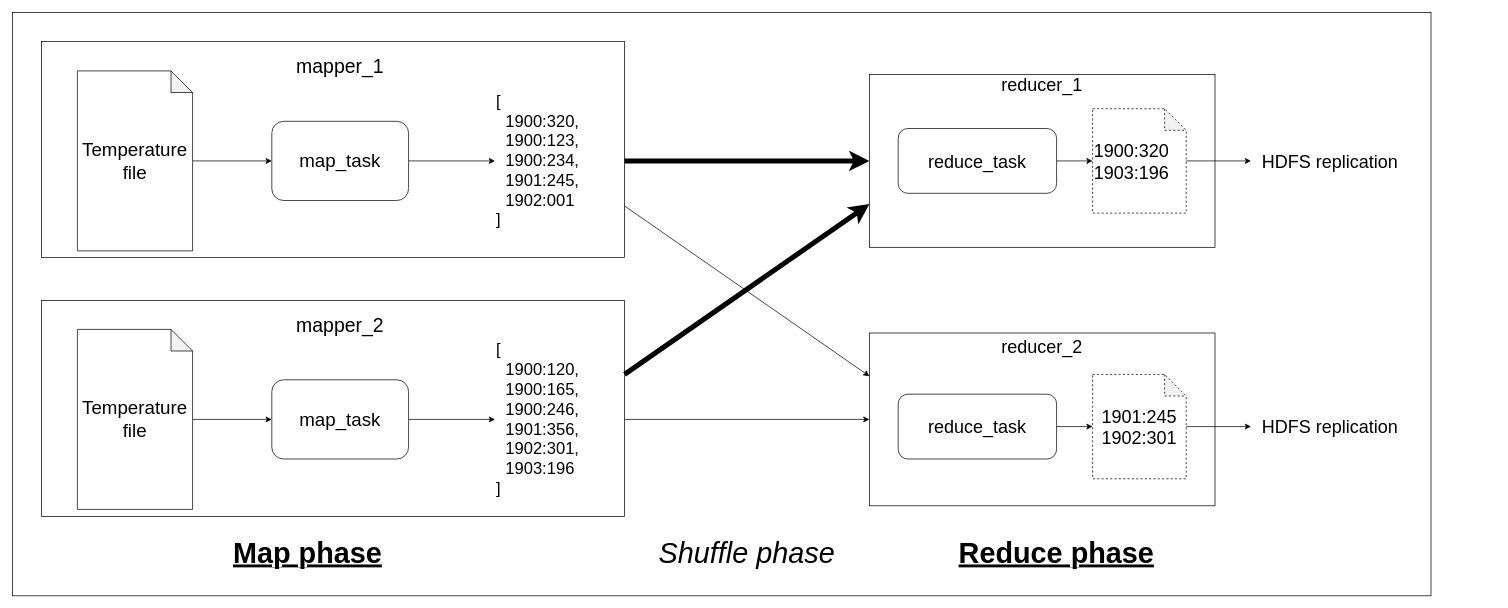
Before: lessons/img/src/map reduce full.drawio in HealerMikado/panorama_big_data_2021, a draw.io diagram. Source tidied: cells renumbered, new cells numbered last; positions are measured from the earlier drawing's top-left corner, leaving out a move shared by most shapes. Both pictures are drawn from the tidied source at 72%, with x=0, y=0 at pixel (12, 12).
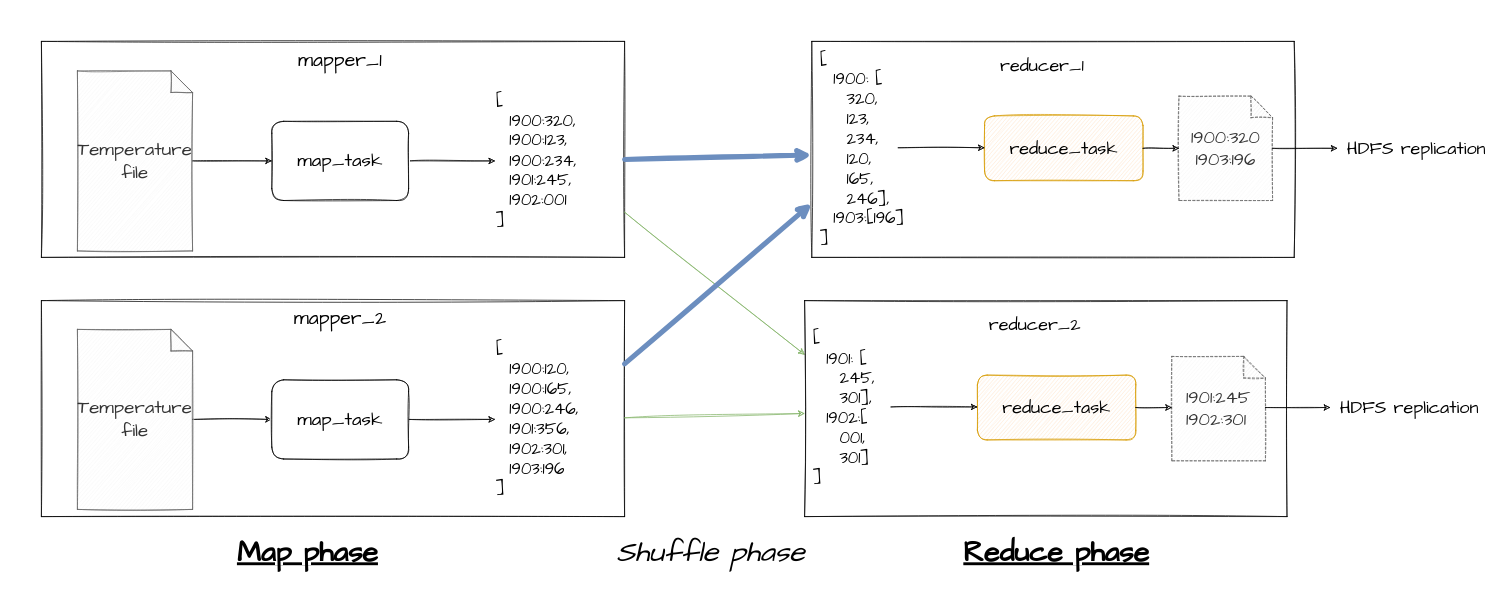
The same diagram, later.

Change to the diagram source:
```diff
@@
-    <mxCell id="2" style="rounded=0;whiteSpace=wrap;html=1;fillColor=none;" parent="1" vertex="1">
-      <mxGeometry width="1970" height="810" as="geometry" />
-    </mxCell>
-    <mxCell id="3" style="rounded=0;whiteSpace=wrap;html=1;fillColor=none;" parent="1" vertex="1">
+    <mxCell id="3" style="rounded=0;whiteSpace=wrap;html=1;fillColor=none;sketch=1;" parent="1" vertex="1">
       <mxGeometry x="40" y="40" width="810" height="300" as="geometry" />
     </mxCell>
-    <mxCell id="4" style="rounded=0;whiteSpace=wrap;html=1;fillColor=none;" parent="1" vertex="1">
+    <mxCell id="4" style="rounded=0;whiteSpace=wrap;html=1;fillColor=none;sketch=1;" parent="1" vertex="1">
       <mxGeometry x="40" y="400" width="810" height="300" as="geometry" />
     </mxCell>
-    <mxCell id="5" style="edgeStyle=orthogonalEdgeStyle;rounded=0;jettySize=auto;html=1;" parent="1" edge="1" source="6" target="10">
+    <mxCell id="5" style="edgeStyle=orthogonalEdgeStyle;rounded=0;jettySize=auto;html=1;sketch=1;" parent="1" edge="1" source="6" target="10">
       <mxGeometry relative="1" as="geometry" />
     </mxCell>
-    <mxCell id="6" value="&lt;font style=&quot;font-size: 26px&quot;&gt;Temperature file&lt;br&gt;&lt;/font&gt;" style="shape=note;whiteSpace=wrap;html=1;backgroundOutline=1;darkOpacity=0.05;" parent="1" vertex="1">
+    <mxCell id="6" value="&lt;font style=&quot;font-size: 26px&quot;&gt;Temperature file&lt;br&gt;&lt;/font&gt;" style="shape=note;whiteSpace=wrap;html=1;backgroundOutline=1;darkOpacity=0.05;sketch=1;fillColor=#f5f5f5;strokeColor=#666666;fontColor=#333333;fontFamily=Architects Daughter;" parent="1" vertex="1">
       <mxGeometry x="90" y="81" width="160" height="250" as="geometry" />
     </mxCell>
-    <mxCell id="7" style="edgeStyle=orthogonalEdgeStyle;rounded=0;jettySize=auto;html=1;" parent="1" edge="1" source="8" target="12">
+    <mxCell id="7" style="edgeStyle=orthogonalEdgeStyle;rounded=0;jettySize=auto;html=1;sketch=1;" parent="1" edge="1" source="8" target="12">
       <mxGeometry relative="1" as="geometry" />
     </mxCell>
-    <mxCell id="8" value="&lt;font style=&quot;font-size: 26px&quot;&gt;Temperature file&lt;/font&gt;" style="shape=note;whiteSpace=wrap;html=1;backgroundOutline=1;darkOpacity=0.05;" parent="1" vertex="1">
+    <mxCell id="8" value="&lt;font style=&quot;font-size: 26px&quot;&gt;Temperature file&lt;/font&gt;" style="shape=note;whiteSpace=wrap;html=1;backgroundOutline=1;darkOpacity=0.05;sketch=1;fillColor=#f5f5f5;strokeColor=#666666;fontColor=#333333;fontFamily=Architects Daughter;" parent="1" vertex="1">
       <mxGeometry x="90" y="440" width="160" height="250" as="geometry" />
     </mxCell>
-    <mxCell id="9" style="edgeStyle=orthogonalEdgeStyle;rounded=0;jettySize=auto;html=1;" parent="1" edge="1" source="10" target="13">
+    <mxCell id="9" style="edgeStyle=orthogonalEdgeStyle;rounded=0;jettySize=auto;html=1;sketch=1;" parent="1" edge="1" source="10" target="13">
       <mxGeometry relative="1" as="geometry" />
     </mxCell>
-    <mxCell id="10" value="&lt;font style=&quot;font-size: 26px&quot;&gt;map_task&lt;br&gt;&lt;/font&gt;" style="rounded=1;whiteSpace=wrap;html=1;" parent="1" vertex="1">
+    <mxCell id="10" value="&lt;font style=&quot;font-size: 26px&quot;&gt;map_task&lt;br&gt;&lt;/font&gt;" style="rounded=1;whiteSpace=wrap;html=1;sketch=1;fontFamily=Architects Daughter;" parent="1" vertex="1">
       <mxGeometry x="360" y="151" width="190" height="110" as="geometry" />
     </mxCell>
-    <mxCell id="11" style="edgeStyle=orthogonalEdgeStyle;rounded=0;jettySize=auto;html=1;" parent="1" edge="1" source="12" target="14">
+    <mxCell id="11" style="edgeStyle=orthogonalEdgeStyle;rounded=0;jettySize=auto;html=1;sketch=1;" parent="1" edge="1" source="12" target="14">
       <mxGeometry relative="1" as="geometry" />
     </mxCell>
-    <mxCell id="12" value="&lt;font style=&quot;font-size: 26px&quot;&gt;map_task&lt;/font&gt;" style="rounded=1;whiteSpace=wrap;html=1;" parent="1" vertex="1">
+    <mxCell id="12" value="&lt;font style=&quot;font-size: 26px&quot;&gt;map_task&lt;/font&gt;" style="rounded=1;whiteSpace=wrap;html=1;sketch=1;fontFamily=Architects Daughter;" parent="1" vertex="1">
       <mxGeometry x="360" y="510" width="190" height="110" as="geometry" />
     </mxCell>
-    <mxCell id="13" value="&lt;font style=&quot;font-size: 23px&quot;&gt;[&lt;br&gt;&lt;div&gt;&lt;span&gt;&amp;nbsp; 1900:320,&lt;/span&gt;&lt;/div&gt;&amp;nbsp; 1900:123,&lt;br&gt;&amp;nbsp; 1900:234,&lt;br&gt;&lt;div&gt;&lt;span&gt;&amp;nbsp; 1901:245,&lt;/span&gt;&lt;/div&gt;&lt;div&gt;&lt;span&gt;&amp;nbsp; 1902:001&lt;/span&gt;&lt;/div&gt;&lt;div&gt;]&lt;/div&gt;&lt;/font&gt;" style="text;html=1;strokeColor=none;fillColor=none;align=left;verticalAlign=middle;whiteSpace=wrap;rounded=0;" parent="1" vertex="1">
+    <mxCell id="13" value="&lt;font style=&quot;font-size: 23px&quot;&gt;[&lt;br&gt;&lt;div&gt;&lt;span&gt;&amp;nbsp; 1900:320,&lt;/span&gt;&lt;/div&gt;&amp;nbsp; 1900:123,&lt;br&gt;&amp;nbsp; 1900:234,&lt;br&gt;&lt;div&gt;&lt;span&gt;&amp;nbsp; 1901:245,&lt;/span&gt;&lt;/div&gt;&lt;div&gt;&lt;span&gt;&amp;nbsp; 1902:001&lt;/span&gt;&lt;/div&gt;&lt;div&gt;]&lt;/div&gt;&lt;/font&gt;" style="text;html=1;strokeColor=none;fillColor=none;align=left;verticalAlign=middle;whiteSpace=wrap;rounded=0;sketch=1;fontFamily=Architects Daughter;" parent="1" vertex="1">
       <mxGeometry x="670" y="96" width="180" height="220" as="geometry" />
     </mxCell>
-    <mxCell id="14" value="&lt;font style=&quot;font-size: 23px&quot;&gt;[&lt;br&gt;&lt;div&gt;&lt;span&gt;&amp;nbsp; 1900:120,&lt;/span&gt;&lt;/div&gt;&amp;nbsp; 1900:165,&lt;br&gt;&amp;nbsp; 1900:246,&lt;br&gt;&lt;div&gt;&lt;span&gt;&amp;nbsp; 1901:356,&lt;/span&gt;&lt;/div&gt;&lt;div&gt;&lt;span&gt;&amp;nbsp; 1902:301,&lt;/span&gt;&lt;/div&gt;&lt;div&gt;&lt;span&gt;&amp;nbsp; 1903:196&lt;/span&gt;&lt;/div&gt;&lt;div&gt;]&lt;/div&gt;&lt;/font&gt;" style="text;html=1;strokeColor=none;fillColor=none;align=left;verticalAlign=middle;whiteSpace=wrap;rounded=0;" parent="1" vertex="1">
+    <mxCell id="14" value="&lt;font style=&quot;font-size: 23px&quot;&gt;[&lt;br&gt;&lt;div&gt;&lt;span&gt;&amp;nbsp; 1900:120,&lt;/span&gt;&lt;/div&gt;&amp;nbsp; 1900:165,&lt;br&gt;&amp;nbsp; 1900:246,&lt;br&gt;&lt;div&gt;&lt;span&gt;&amp;nbsp; 1901:356,&lt;/span&gt;&lt;/div&gt;&lt;div&gt;&lt;span&gt;&amp;nbsp; 1902:301,&lt;/span&gt;&lt;/div&gt;&lt;div&gt;&lt;span&gt;&amp;nbsp; 1903:196&lt;/span&gt;&lt;/div&gt;&lt;div&gt;]&lt;/div&gt;&lt;/font&gt;" style="text;html=1;strokeColor=none;fillColor=none;align=left;verticalAlign=middle;whiteSpace=wrap;rounded=0;sketch=1;fontFamily=Architects Daughter;" parent="1" vertex="1">
       <mxGeometry x="670" y="455" width="180" height="220" as="geometry" />
     </mxCell>
-    <mxCell id="15" value="&lt;font style=&quot;font-size: 27px&quot;&gt;mapper_1&lt;/font&gt;" style="text;html=1;strokeColor=none;fillColor=none;align=center;verticalAlign=middle;whiteSpace=wrap;rounded=0;" parent="1" vertex="1">
-      <mxGeometry x="340" y="56" width="230" height="40" as="geometry" />
+    <mxCell id="15" value="&lt;font style=&quot;font-size: 27px&quot;&gt;mapper_1&lt;/font&gt;" style="text;html=1;strokeColor=none;fillColor=none;align=center;verticalAlign=middle;whiteSpace=wrap;rounded=0;sketch=1;fontFamily=Architects Daughter;" parent="1" vertex="1">
+      <mxGeometry x="340" y="46" width="230" height="40" as="geometry" />
     </mxCell>
-    <mxCell id="16" value="&lt;font style=&quot;font-size: 27px&quot;&gt;mapper_2&lt;/font&gt;" style="text;html=1;strokeColor=none;fillColor=none;align=center;verticalAlign=middle;whiteSpace=wrap;rounded=0;" parent="1" vertex="1">
-      <mxGeometry x="340" y="415" width="230" height="40" as="geometry" />
+    <mxCell id="16" value="&lt;font style=&quot;font-size: 27px&quot;&gt;mapper_2&lt;/font&gt;" style="text;html=1;strokeColor=none;fillColor=none;align=center;verticalAlign=middle;whiteSpace=wrap;rounded=0;sketch=1;fontFamily=Architects Daughter;" parent="1" vertex="1">
+      <mxGeometry x="340" y="405" width="230" height="40" as="geometry" />
     </mxCell>
-    <mxCell id="17" style="rounded=0;whiteSpace=wrap;html=1;fillColor=none;" parent="1" vertex="1">
-      <mxGeometry x="1190" y="86" width="480" height="240" as="geometry" />
+    <mxCell id="17" style="rounded=0;whiteSpace=wrap;html=1;fillColor=none;sketch=1;fontFamily=Architects Daughter;" parent="1" vertex="1">
+      <mxGeometry x="1110" y="40" width="670" height="300" as="geometry" />
     </mxCell>
-    <mxCell id="18" value="&lt;font style=&quot;font-size: 25px&quot;&gt;reduce_task&lt;/font&gt;" style="rounded=1;whiteSpace=wrap;html=1;fillColor=none;" parent="1" vertex="1">
-      <mxGeometry x="1230" y="161" width="220" height="90" as="geometry" />
+    <mxCell id="18" value="&lt;font style=&quot;font-size: 25px&quot;&gt;reduce_task&lt;/font&gt;" style="rounded=1;whiteSpace=wrap;html=1;fillColor=#ffe6cc;sketch=1;strokeColor=#d79b00;fontFamily=Architects Daughter;" parent="1" vertex="1">
+      <mxGeometry x="1350" y="143.5" width="220" height="90" as="geometry" />
     </mxCell>
-    <mxCell id="19" value="&lt;font style=&quot;font-size: 25px&quot;&gt;1900:320&lt;br&gt;1903:196&lt;br&gt;&lt;/font&gt;" style="shape=note;whiteSpace=wrap;html=1;backgroundOutline=1;darkOpacity=0.05;fillColor=none;dashed=1;align=left;" parent="1" vertex="1">
-      <mxGeometry x="1500" y="133.5" width="130" height="145" as="geometry" />
+    <mxCell id="19" value="&lt;font style=&quot;font-size: 25px&quot;&gt;1900:320&lt;br&gt;1903:196&lt;br&gt;&lt;/font&gt;" style="shape=note;whiteSpace=wrap;html=1;backgroundOutline=1;darkOpacity=0.05;fillColor=#f5f5f5;dashed=1;align=center;sketch=1;strokeColor=#666666;fontColor=#333333;fontFamily=Architects Daughter;" parent="1" vertex="1">
+      <mxGeometry x="1620" y="116" width="130" height="145" as="geometry" />
     </mxCell>
-    <mxCell id="20" style="endArrow=classic;html=1;" parent="1" edge="1" source="18" target="19">
+    <mxCell id="20" style="endArrow=classic;html=1;sketch=1;" parent="1" edge="1" source="18" target="19">
       <mxGeometry relative="1" as="geometry" />
     </mxCell>
-    <mxCell id="21" value="&lt;font style=&quot;font-size: 25px&quot;&gt;HDFS replication&lt;/font&gt;" style="text;html=1;strokeColor=none;fillColor=none;align=center;verticalAlign=middle;whiteSpace=wrap;rounded=0;" parent="1" vertex="1">
-      <mxGeometry x="1720" y="186" width="220" height="40" as="geometry" />
+    <mxCell id="21" value="&lt;font style=&quot;font-size: 25px&quot;&gt;HDFS replication&lt;/font&gt;" style="text;html=1;strokeColor=none;fillColor=none;align=center;verticalAlign=middle;whiteSpace=wrap;rounded=0;sketch=1;fontFamily=Architects Daughter;" parent="1" vertex="1">
+      <mxGeometry x="1840" y="168.5" width="220" height="40" as="geometry" />
     </mxCell>
-    <mxCell id="22" style="endArrow=classic;html=1;" parent="1" edge="1" source="19" target="21">
+    <mxCell id="22" style="endArrow=classic;html=1;sketch=1;" parent="1" edge="1" source="19" target="21">
       <mxGeometry relative="1" as="geometry" />
     </mxCell>
-    <mxCell id="23" style="rounded=0;whiteSpace=wrap;html=1;fillColor=none;" parent="1" vertex="1">
-      <mxGeometry x="1190" y="445" width="480" height="240" as="geometry" />
-    </mxCell>
-    <mxCell id="24" value="&lt;font style=&quot;font-size: 25px&quot;&gt;reduce_task&lt;/font&gt;" style="rounded=1;whiteSpace=wrap;html=1;fillColor=none;" parent="1" vertex="1">
-      <mxGeometry x="1230" y="530" width="220" height="90" as="geometry" />
-    </mxCell>
-    <mxCell id="25" value="&lt;div style=&quot;text-align: left&quot;&gt;&lt;span style=&quot;font-size: 25px&quot;&gt;1901:245&lt;/span&gt;&lt;/div&gt;&lt;span style=&quot;font-size: 25px&quot;&gt;&lt;div style=&quot;text-align: left&quot;&gt;&lt;span&gt;1902:301&lt;/span&gt;&lt;/div&gt;&lt;/span&gt;" style="shape=note;whiteSpace=wrap;html=1;backgroundOutline=1;darkOpacity=0.05;fillColor=none;dashed=1;" parent="1" vertex="1">
-      <mxGeometry x="1500" y="502.5" width="130" height="145" as="geometry" />
+    <mxCell id="25" value="&lt;div style=&quot;text-align: left&quot;&gt;&lt;span style=&quot;font-size: 25px&quot;&gt;1901:245&lt;/span&gt;&lt;/div&gt;&lt;span style=&quot;font-size: 25px&quot;&gt;&lt;div style=&quot;text-align: left&quot;&gt;&lt;span&gt;1902:301&lt;/span&gt;&lt;/div&gt;&lt;/span&gt;" style="shape=note;whiteSpace=wrap;html=1;backgroundOutline=1;darkOpacity=0.05;fillColor=#f5f5f5;dashed=1;sketch=1;strokeColor=#666666;fontColor=#333333;fontFamily=Architects Daughter;" parent="1" vertex="1">
+      <mxGeometry x="1610" y="477.5" width="130" height="145" as="geometry" />
     </mxCell>
-    <mxCell id="26" style="endArrow=classic;html=1;entryX=0;entryY=0.25;entryDx=0;entryDy=0;" parent="1" edge="1" source="13" target="23">
-      <mxGeometry relative="1" as="geometry" />
+    <mxCell id="26" style="endArrow=classic;html=1;entryX=0;entryY=0.25;entryDx=0;entryDy=0;sketch=1;fillColor=#d5e8d4;strokeColor=#82b366;" parent="1" edge="1" source="13">
+      <mxGeometry relative="1" as="geometry">
+        <mxPoint x="1100" y="475" as="targetPoint" />
+      </mxGeometry>
     </mxCell>
-    <mxCell id="27" style="endArrow=classic;html=1;" parent="1" edge="1" source="24" target="25">
-      <mxGeometry relative="1" as="geometry" />
-    </mxCell>
-    <mxCell id="28" value="&lt;font style=&quot;font-size: 25px&quot;&gt;HDFS replication&lt;/font&gt;" style="text;html=1;strokeColor=none;fillColor=none;align=center;verticalAlign=middle;whiteSpace=wrap;rounded=0;" parent="1" vertex="1">
-      <mxGeometry x="1720" y="555" width="220" height="40" as="geometry" />
-    </mxCell>
-    <mxCell id="29" style="endArrow=classic;html=1;" parent="1" edge="1" source="25" target="28">
-      <mxGeometry relative="1" as="geometry" />
-    </mxCell>
-    <mxCell id="30" value="&lt;font style=&quot;font-size: 25px&quot;&gt;reducer_1&lt;/font&gt;" style="text;html=1;strokeColor=none;fillColor=none;align=center;verticalAlign=middle;whiteSpace=wrap;rounded=0;" parent="1" vertex="1">
-      <mxGeometry x="1325" y="86" width="210" height="27" as="geometry" />
+    <mxCell id="30" value="&lt;font style=&quot;font-size: 25px&quot;&gt;reducer_1&lt;/font&gt;" style="text;html=1;strokeColor=none;fillColor=none;align=center;verticalAlign=middle;whiteSpace=wrap;rounded=0;sketch=1;fontFamily=Architects Daughter;" parent="1" vertex="1">
+      <mxGeometry x="1325" y="59" width="210" height="27" as="geometry" />
     </mxCell>
-    <mxCell id="31" value="&lt;font style=&quot;font-size: 25px&quot;&gt;reducer_2&lt;/font&gt;" style="text;html=1;strokeColor=none;fillColor=none;align=center;verticalAlign=middle;whiteSpace=wrap;rounded=0;" parent="1" vertex="1">
-      <mxGeometry x="1325" y="445" width="210" height="35" as="geometry" />
-    </mxCell>
-    <mxCell id="32" style="endArrow=classic;html=1;strokeWidth=7;" parent="1" edge="1" source="13" target="17">
+    <mxCell id="32" style="endArrow=classic;html=1;strokeWidth=7;sketch=1;fillColor=#dae8fc;strokeColor=#6c8ebf;" parent="1" edge="1" source="13" target="17">
       <mxGeometry relative="1" as="geometry" />
     </mxCell>
-    <mxCell id="33" style="endArrow=classic;html=1;strokeWidth=7;entryX=0;entryY=0.75;entryDx=0;entryDy=0;" parent="1" edge="1" source="14" target="17">
+    <mxCell id="33" style="endArrow=classic;html=1;strokeWidth=7;entryX=0;entryY=0.75;entryDx=0;entryDy=0;sketch=1;fillColor=#dae8fc;strokeColor=#6c8ebf;" parent="1" edge="1" source="14" target="17">
       <mxGeometry relative="1" as="geometry" />
     </mxCell>
-    <mxCell id="34" style="endArrow=classic;html=1;" parent="1" edge="1" source="14" target="23">
-      <mxGeometry relative="1" as="geometry" />
+    <mxCell id="34" style="endArrow=classic;html=1;sketch=1;fillColor=#d5e8d4;strokeColor=#82b366;" parent="1" edge="1" source="14">
+      <mxGeometry relative="1" as="geometry">
+        <mxPoint x="1100" y="556.8" as="targetPoint" />
+      </mxGeometry>
     </mxCell>
-    <mxCell id="35" value="&lt;font style=&quot;font-size: 40px&quot;&gt;&lt;b&gt;&lt;u&gt;Map phase&lt;/u&gt;&lt;/b&gt;&lt;/font&gt;" style="text;html=1;strokeColor=none;fillColor=none;align=center;verticalAlign=middle;whiteSpace=wrap;rounded=0;" parent="1" vertex="1">
+    <mxCell id="35" value="&lt;font style=&quot;font-size: 40px&quot;&gt;&lt;b&gt;&lt;u&gt;Map phase&lt;/u&gt;&lt;/b&gt;&lt;/font&gt;" style="text;html=1;strokeColor=none;fillColor=none;align=center;verticalAlign=middle;whiteSpace=wrap;rounded=0;sketch=1;fontFamily=Architects Daughter;" parent="1" vertex="1">
       <mxGeometry x="260" y="700" width="300" height="100" as="geometry" />
     </mxCell>
-    <mxCell id="36" value="&lt;font style=&quot;font-size: 40px&quot;&gt;&lt;b&gt;&lt;u&gt;Reduce phase&lt;/u&gt;&lt;/b&gt;&lt;/font&gt;" style="text;html=1;strokeColor=none;fillColor=none;align=center;verticalAlign=middle;whiteSpace=wrap;rounded=0;" parent="1" vertex="1">
+    <mxCell id="36" value="&lt;font style=&quot;font-size: 40px&quot;&gt;&lt;b&gt;&lt;u&gt;Reduce phase&lt;/u&gt;&lt;/b&gt;&lt;/font&gt;" style="text;html=1;strokeColor=none;fillColor=none;align=center;verticalAlign=middle;whiteSpace=wrap;rounded=0;sketch=1;fontFamily=Architects Daughter;" parent="1" vertex="1">
       <mxGeometry x="1300" y="700" width="300" height="100" as="geometry" />
     </mxCell>
-    <mxCell id="37" value="&lt;font style=&quot;font-size: 40px&quot;&gt;&lt;i&gt;Shuffle phase&lt;/i&gt;&lt;/font&gt;" style="text;html=1;strokeColor=none;fillColor=none;align=center;verticalAlign=middle;whiteSpace=wrap;rounded=0;" parent="1" vertex="1">
-      <mxGeometry x="870" y="700" width="300" height="100" as="geometry" />
+    <mxCell id="37" value="&lt;font style=&quot;font-size: 40px&quot;&gt;&lt;i&gt;Shuffle phase&lt;/i&gt;&lt;/font&gt;" style="text;html=1;strokeColor=none;fillColor=none;align=center;verticalAlign=middle;whiteSpace=wrap;rounded=0;sketch=1;fontFamily=Architects Daughter;" parent="1" vertex="1">
+      <mxGeometry x="820" y="700" width="300" height="100" as="geometry" />
     </mxCell>
+    <mxCell id="38" value="&lt;font style=&quot;font-size: 23px&quot;&gt;[&lt;br&gt;&lt;div&gt;&lt;span&gt;&amp;nbsp; 1900: [&lt;/span&gt;&lt;/div&gt;&lt;div&gt;&lt;span&gt;&amp;nbsp; &amp;nbsp; 320,&lt;/span&gt;&lt;/div&gt;&lt;div&gt;&lt;span&gt;&amp;nbsp; &amp;nbsp; 123,&lt;/span&gt;&lt;/div&gt;&lt;div&gt;&lt;span&gt;&amp;nbsp; &amp;nbsp; 234&lt;/span&gt;&lt;span&gt;,&lt;/span&gt;&lt;/div&gt;&lt;div&gt;&lt;span&gt;&amp;nbsp; &amp;nbsp; 120,&lt;/span&gt;&lt;/div&gt;&lt;div&gt;&lt;span&gt;&amp;nbsp; &amp;nbsp; 165,&lt;/span&gt;&lt;/div&gt;&lt;div&gt;&lt;span&gt;&amp;nbsp; &amp;nbsp; 246],&lt;/span&gt;&lt;/div&gt;&lt;div&gt;&lt;span&gt;&amp;nbsp; 1903:[196]&lt;/span&gt;&lt;/div&gt;&lt;div&gt;]&lt;/div&gt;&lt;/font&gt;" style="text;html=1;strokeColor=none;fillColor=none;align=left;verticalAlign=middle;whiteSpace=wrap;rounded=0;sketch=1;fontFamily=Architects Daughter;" parent="1" vertex="1">
+      <mxGeometry x="1120" y="80" width="160" height="220" as="geometry" />
+    </mxCell>
+    <mxCell id="39" style="edgeStyle=orthogonalEdgeStyle;rounded=0;orthogonalLoop=1;jettySize=auto;html=1;sketch=1;" parent="1" edge="1">
+      <mxGeometry relative="1" as="geometry">
+        <mxPoint x="1230" y="187.7" as="sourcePoint" />
+        <mxPoint x="1350" y="187.7" as="targetPoint" />
+      </mxGeometry>
+    </mxCell>
+    <mxCell id="40" style="rounded=0;whiteSpace=wrap;html=1;fillColor=none;sketch=1;fontFamily=Architects Daughter;" parent="1" vertex="1">
+      <mxGeometry x="1100" y="400" width="670" height="300" as="geometry" />
+    </mxCell>
+    <mxCell id="24" value="&lt;font style=&quot;font-size: 25px&quot;&gt;reduce_task&lt;/font&gt;" style="rounded=1;whiteSpace=wrap;html=1;fillColor=#ffe6cc;sketch=1;strokeColor=#d79b00;fontFamily=Architects Daughter;" parent="1" vertex="1">
+      <mxGeometry x="1340" y="503.5" width="220" height="90" as="geometry" />
+    </mxCell>
+    <mxCell id="41" style="endArrow=classic;html=1;sketch=1;" parent="1" edge="1" source="24">
+      <mxGeometry relative="1" as="geometry">
+        <mxPoint x="1610" y="548.5" as="targetPoint" />
+      </mxGeometry>
+    </mxCell>
+    <mxCell id="28" value="&lt;font style=&quot;font-size: 25px&quot;&gt;HDFS replication&lt;/font&gt;" style="text;html=1;strokeColor=none;fillColor=none;align=center;verticalAlign=middle;whiteSpace=wrap;rounded=0;sketch=1;fontFamily=Architects Daughter;" parent="1" vertex="1">
+      <mxGeometry x="1830" y="528.5" width="220" height="40" as="geometry" />
+    </mxCell>
+    <mxCell id="42" style="endArrow=classic;html=1;sketch=1;" parent="1" edge="1" target="28">
+      <mxGeometry relative="1" as="geometry">
+        <mxPoint x="1740" y="548.5" as="sourcePoint" />
+      </mxGeometry>
+    </mxCell>
+    <mxCell id="31" value="&lt;font style=&quot;font-size: 25px&quot;&gt;reducer_2&lt;/font&gt;" style="text;html=1;strokeColor=none;fillColor=none;align=center;verticalAlign=middle;whiteSpace=wrap;rounded=0;sketch=1;fontFamily=Architects Daughter;" parent="1" vertex="1">
+      <mxGeometry x="1315" y="419" width="210" height="27" as="geometry" />
+    </mxCell>
+    <mxCell id="43" value="&lt;font style=&quot;font-size: 23px&quot;&gt;[&lt;br&gt;&lt;div&gt;&lt;span&gt;&amp;nbsp; 1901: [&lt;/span&gt;&lt;/div&gt;&lt;div&gt;&lt;span&gt;&amp;nbsp; &amp;nbsp; 245,&lt;/span&gt;&lt;/div&gt;&lt;div&gt;&lt;span&gt;&amp;nbsp; &amp;nbsp; 301&lt;/span&gt;&lt;span&gt;],&lt;/span&gt;&lt;/div&gt;&lt;div&gt;&lt;span&gt;&amp;nbsp; 1902:[&lt;/span&gt;&lt;/div&gt;&lt;div&gt;&lt;span&gt;&amp;nbsp; &amp;nbsp; 001,&lt;/span&gt;&lt;/div&gt;&lt;div&gt;&lt;span&gt;&amp;nbsp; &amp;nbsp; 301]&lt;/span&gt;&lt;/div&gt;&lt;div&gt;]&lt;/div&gt;&lt;/font&gt;" style="text;html=1;strokeColor=none;fillColor=none;align=left;verticalAlign=middle;whiteSpace=wrap;rounded=0;sketch=1;fontFamily=Architects Daughter;" parent="1" vertex="1">
+      <mxGeometry x="1110" y="440" width="160" height="220" as="geometry" />
+    </mxCell>
+    <mxCell id="44" style="edgeStyle=orthogonalEdgeStyle;rounded=0;orthogonalLoop=1;jettySize=auto;html=1;sketch=1;" parent="1" edge="1">
+      <mxGeometry relative="1" as="geometry">
+        <mxPoint x="1220" y="547.7" as="sourcePoint" />
+        <mxPoint x="1340" y="547.7" as="targetPoint" />
+      </mxGeometry>
+    </mxCell>
```
